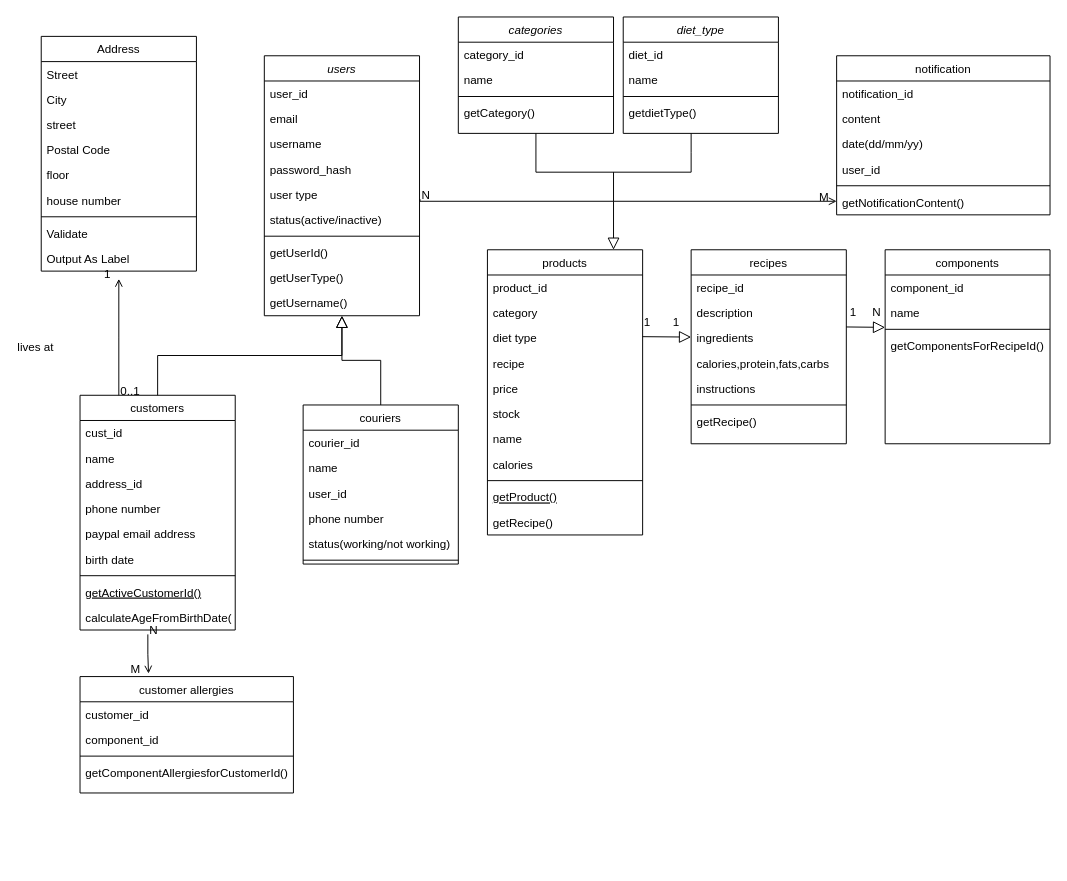
Above: Untitled Diagram.drawio in nawrasfaour/OurFoodProj (draw.io), before the change. Source tidied: cells renumbered, new cells numbered last; positions are measured from the earlier drawing's top-left corner, leaving out a move shared by most shapes. Both pictures are drawn from the tidied source at 97%, with x=0, y=0 at pixel (41, 16).
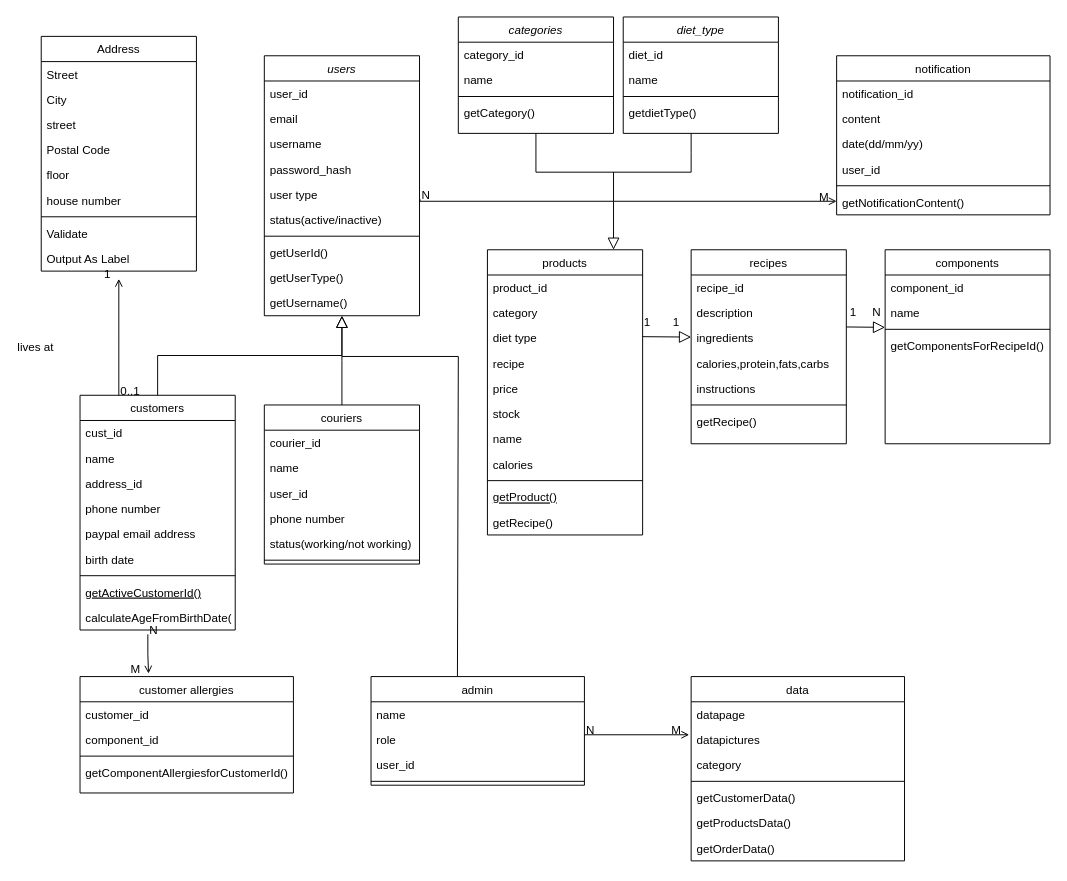
The same diagram, later.

What changed in the source:
```diff
@@
     <mxCell id="24" value="couriers" style="swimlane;fontStyle=0;align=center;verticalAlign=top;horizontal=1;startSize=26;rounded=0;shadow=0;strokeWidth=1;" parent="1" vertex="1">
-      <mxGeometry x="270" y="400" width="160" height="164" as="geometry" />
+      <mxGeometry x="230" y="400" width="160" height="164" as="geometry" />
     </mxCell>
@@
+    <mxCell id="107" value="admin" style="swimlane;fontStyle=0;align=center;verticalAlign=top;horizontal=1;startSize=26;rounded=0;shadow=0;strokeWidth=1;" parent="1" vertex="1">
+      <mxGeometry x="340" y="680" width="220" height="112" as="geometry" />
+    </mxCell>
+    <mxCell id="108" value="name" style="text;align=left;verticalAlign=top;spacingLeft=4;spacingRight=4;overflow=hidden;" parent="107" vertex="1">
+      <mxGeometry y="26" width="220" height="26" as="geometry" />
+    </mxCell>
+    <mxCell id="109" value="role" style="text;align=left;verticalAlign=top;spacingLeft=4;spacingRight=4;overflow=hidden;rounded=0;shadow=0;html=0;" parent="107" vertex="1">
+      <mxGeometry y="52" width="220" height="26" as="geometry" />
+    </mxCell>
+    <mxCell id="110" value="user_id" style="text;align=left;verticalAlign=top;spacingLeft=4;spacingRight=4;overflow=hidden;rounded=0;shadow=0;html=0;" parent="107" vertex="1">
+      <mxGeometry y="78" width="220" height="26" as="geometry" />
+    </mxCell>
+    <mxCell id="111" style="line;html=1;strokeWidth=1;align=left;verticalAlign=middle;spacingTop=-1;spacingLeft=3;spacingRight=3;labelPosition=right;" parent="107" vertex="1">
+      <mxGeometry y="104" width="220" height="8" as="geometry" />
+    </mxCell>
+    <mxCell id="112" style="endArrow=none;html=1;rounded=0;" parent="1" edge="1">
+      <mxGeometry relative="1" as="geometry">
+        <mxPoint x="430" y="350" as="sourcePoint" />
+        <mxPoint x="310" y="350" as="targetPoint" />
+      </mxGeometry>
+    </mxCell>
+    <mxCell id="113" style="endArrow=none;html=1;rounded=0;exitX=0.405;exitY=-0.005;exitDx=0;exitDy=0;exitPerimeter=0;" parent="1" edge="1" source="107">
+      <mxGeometry relative="1" as="geometry">
+        <mxPoint x="430" y="350" as="targetPoint" />
+      </mxGeometry>
+    </mxCell>
+    <mxCell id="114" value="data" style="swimlane;fontStyle=0;align=center;verticalAlign=top;horizontal=1;startSize=26;rounded=0;shadow=0;strokeWidth=1;" parent="1" vertex="1">
+      <mxGeometry x="670" y="680" width="220" height="190" as="geometry" />
+    </mxCell>
+    <mxCell id="115" value="datapage" style="text;align=left;verticalAlign=top;spacingLeft=4;spacingRight=4;overflow=hidden;" parent="114" vertex="1">
+      <mxGeometry y="26" width="220" height="26" as="geometry" />
+    </mxCell>
+    <mxCell id="116" value="datapictures" style="text;align=left;verticalAlign=top;spacingLeft=4;spacingRight=4;overflow=hidden;points=[[0,0.5],[1,0.5]];portConstraint=eastwest;rounded=0;shadow=0;html=0;" parent="114" vertex="1">
+      <mxGeometry y="52" width="220" height="26" as="geometry" />
+    </mxCell>
+    <mxCell id="117" value="category" style="text;align=left;verticalAlign=top;spacingLeft=4;spacingRight=4;overflow=hidden;rounded=0;shadow=0;html=0;" parent="114" vertex="1">
+      <mxGeometry y="78" width="220" height="26" as="geometry" />
+    </mxCell>
+    <mxCell id="118" style="line;html=1;strokeWidth=1;align=left;verticalAlign=middle;spacingTop=-1;spacingLeft=3;spacingRight=3;labelPosition=right;" parent="114" vertex="1">
+      <mxGeometry y="104" width="220" height="8" as="geometry" />
+    </mxCell>
+    <mxCell id="119" value="getCustomerData()" style="text;align=left;verticalAlign=top;spacingLeft=4;spacingRight=4;overflow=hidden;rounded=0;shadow=0;html=0;" parent="114" vertex="1">
+      <mxGeometry y="112" width="220" height="26" as="geometry" />
+    </mxCell>
+    <mxCell id="120" value="getProductsData()" style="text;align=left;verticalAlign=top;spacingLeft=4;spacingRight=4;overflow=hidden;rounded=0;shadow=0;html=0;" parent="114" vertex="1">
+      <mxGeometry y="138" width="220" height="26" as="geometry" />
+    </mxCell>
+    <mxCell id="121" value="getOrderData()" style="text;align=left;verticalAlign=top;spacingLeft=4;spacingRight=4;overflow=hidden;rounded=0;shadow=0;html=0;" parent="114" vertex="1">
+      <mxGeometry y="164" width="220" height="26" as="geometry" />
+    </mxCell>
+    <mxCell id="122" style="endArrow=open;shadow=0;strokeWidth=1;rounded=0;curved=0;endFill=1;edgeStyle=elbowEdgeStyle;elbow=vertical;entryX=-0.009;entryY=0.325;entryDx=0;entryDy=0;entryPerimeter=0;" parent="1" edge="1" target="116">
+      <mxGeometry x="0.5" y="41" relative="1" as="geometry">
+        <mxPoint x="560" y="740" as="sourcePoint" />
+        <mxPoint x="-40" y="32" as="offset" />
+      </mxGeometry>
+    </mxCell>
+    <mxCell id="123" value="N" style="align=left;verticalAlign=bottom;labelBackgroundColor=none;fontSize=12;" parent="122" vertex="1">
+      <mxGeometry x="-1" relative="1" as="geometry">
+        <mxPoint y="4" as="offset" />
+      </mxGeometry>
+    </mxCell>
+    <mxCell id="124" value="M" style="align=right;verticalAlign=bottom;labelBackgroundColor=none;fontSize=12;" parent="122" vertex="1">
+      <mxGeometry x="1" relative="1" as="geometry">
+        <mxPoint x="-7" y="4" as="offset" />
+      </mxGeometry>
+    </mxCell>
```
